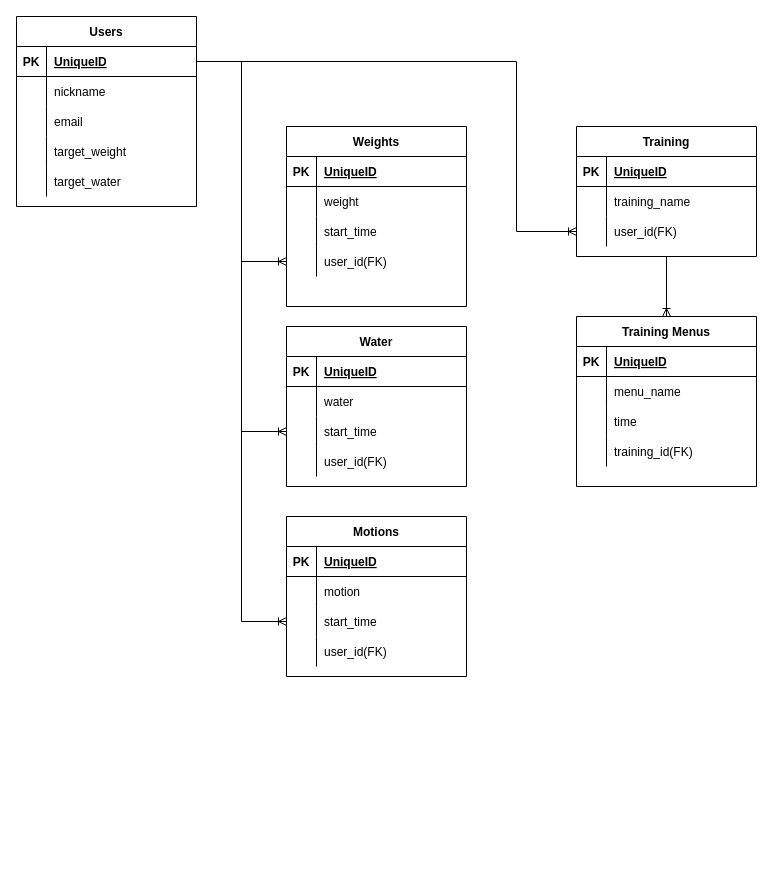
The draw.io diagram dropweight.dio in yukarikariri/dropweight, before the edit. Source tidied: cells renumbered, new cells numbered last; positions are measured from the earlier drawing's top-left corner, leaving out a move shared by most shapes. Both pictures are drawn from the tidied source at 100%, with x=0, y=0 at pixel (16, 16).
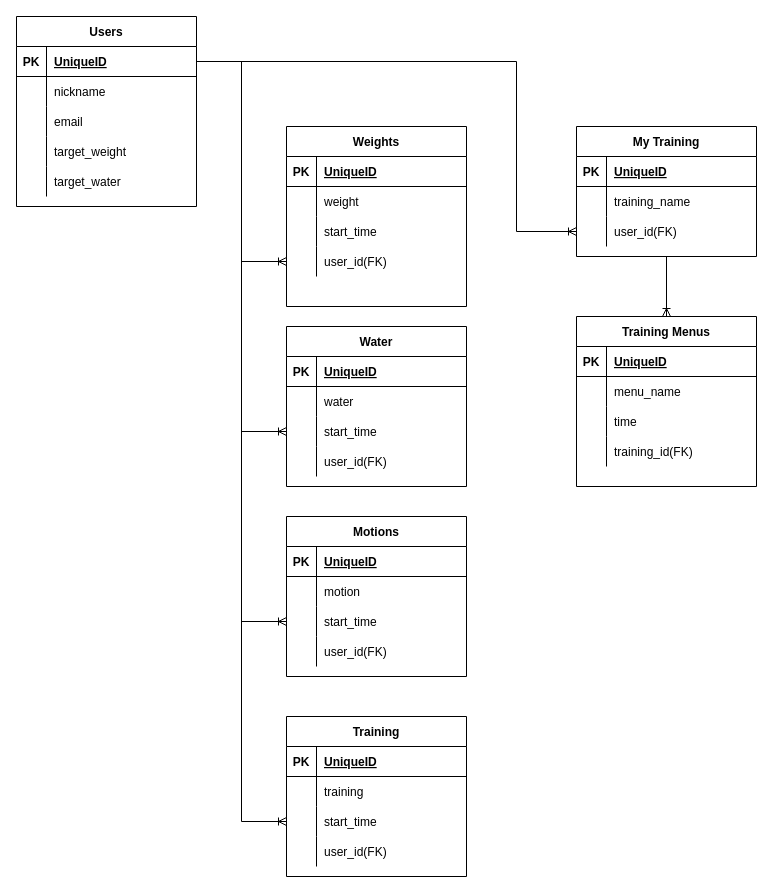
After the change.

Unchanged cells that the change refers to:
```xml
<mxCell id="3" style="shape=partialRectangle;fillColor=none;top=0;left=0;bottom=1;right=0;points=[[0,0.5],[1,0.5]];portConstraint=eastwest;" parent="2" vertex="1">
  <mxGeometry y="30" width="180" height="30" as="geometry" />
</mxCell>
```

The edit, as a diff of the source:
```diff
@@
-    <mxCell id="57" value="Training" style="shape=table;startSize=30;childLayout=tableLayout;rowLines=0;fontStyle=1;align=center;" parent="1" vertex="1">
+    <mxCell id="57" value="My Training" style="shape=table;startSize=30;childLayout=tableLayout;rowLines=0;fontStyle=1;align=center;" parent="1" vertex="1">
       <mxGeometry x="560" y="110" width="180" height="130" as="geometry" />
     </mxCell>
@@
+    <mxCell id="85" value="Training" style="shape=table;startSize=30;childLayout=tableLayout;rowLines=0;fontStyle=1;align=center;" parent="1" vertex="1">
+      <mxGeometry x="270" y="700" width="180" height="160" as="geometry" />
+    </mxCell>
+    <mxCell id="86" style="shape=partialRectangle;fillColor=none;top=0;left=0;bottom=1;right=0;" parent="85" vertex="1">
+      <mxGeometry y="30" width="180" height="30" as="geometry" />
+    </mxCell>
+    <mxCell id="87" value="PK" style="shape=partialRectangle;fillColor=none;top=0;left=0;bottom=0;right=0;fontStyle=1;overflow=hidden;" parent="86" vertex="1">
+      <mxGeometry width="30" height="30" as="geometry" />
+    </mxCell>
+    <mxCell id="88" value="UniqueID" style="shape=partialRectangle;fillColor=none;top=0;left=0;bottom=0;right=0;align=left;spacingLeft=6;fontStyle=5;overflow=hidden;" parent="86" vertex="1">
+      <mxGeometry x="30" width="150" height="30" as="geometry" />
+    </mxCell>
+    <mxCell id="89" style="shape=partialRectangle;fillColor=none;top=0;left=0;bottom=0;right=0;" parent="85" vertex="1">
+      <mxGeometry y="60" width="180" height="30" as="geometry" />
+    </mxCell>
+    <mxCell id="90" style="shape=partialRectangle;fillColor=none;top=0;left=0;bottom=0;right=0;overflow=hidden;" parent="89" vertex="1">
+      <mxGeometry width="30" height="30" as="geometry" />
+    </mxCell>
+    <mxCell id="91" value="training" style="shape=partialRectangle;fillColor=none;top=0;left=0;bottom=0;right=0;align=left;spacingLeft=6;overflow=hidden;" parent="89" vertex="1">
+      <mxGeometry x="30" width="150" height="30" as="geometry" />
+    </mxCell>
+    <mxCell id="92" style="shape=partialRectangle;fillColor=none;top=0;left=0;bottom=0;right=0;points=[[0,0.5],[1,0.5]];portConstraint=eastwest;" parent="85" vertex="1">
+      <mxGeometry y="90" width="180" height="30" as="geometry" />
+    </mxCell>
+    <mxCell id="93" style="shape=partialRectangle;fillColor=none;top=0;left=0;bottom=0;right=0;overflow=hidden;" parent="92" vertex="1">
+      <mxGeometry width="30" height="30" as="geometry" />
+    </mxCell>
+    <mxCell id="94" value="start_time" style="shape=partialRectangle;fillColor=none;top=0;left=0;bottom=0;right=0;align=left;spacingLeft=6;overflow=hidden;" parent="92" vertex="1">
+      <mxGeometry x="30" width="150" height="30" as="geometry" />
+    </mxCell>
+    <mxCell id="95" style="shape=partialRectangle;fillColor=none;top=0;left=0;bottom=0;right=0;" parent="85" vertex="1">
+      <mxGeometry y="120" width="180" height="30" as="geometry" />
+    </mxCell>
+    <mxCell id="96" style="shape=partialRectangle;fillColor=none;top=0;left=0;bottom=0;right=0;overflow=hidden;" parent="95" vertex="1">
+      <mxGeometry width="30" height="30" as="geometry" />
+    </mxCell>
+    <mxCell id="97" value="user_id(FK)" style="shape=partialRectangle;fillColor=none;top=0;left=0;bottom=0;right=0;align=left;spacingLeft=6;overflow=hidden;" parent="95" vertex="1">
+      <mxGeometry x="30" width="150" height="30" as="geometry" />
+    </mxCell>
+    <mxCell id="98" style="edgeStyle=elbowEdgeStyle;fontSize=12;html=1;endArrow=ERoneToMany;rounded=0;exitX=1;exitY=0.5;exitDx=0;exitDy=0;entryX=0;entryY=0.5;entryDx=0;entryDy=0;" parent="1" edge="1" source="3" target="92">
+      <mxGeometry relative="1" as="geometry">
+        <Array as="points">
+          <mxPoint x="225" y="678" />
+          <mxPoint x="220" y="430" />
+        </Array>
+      </mxGeometry>
+    </mxCell>
```
